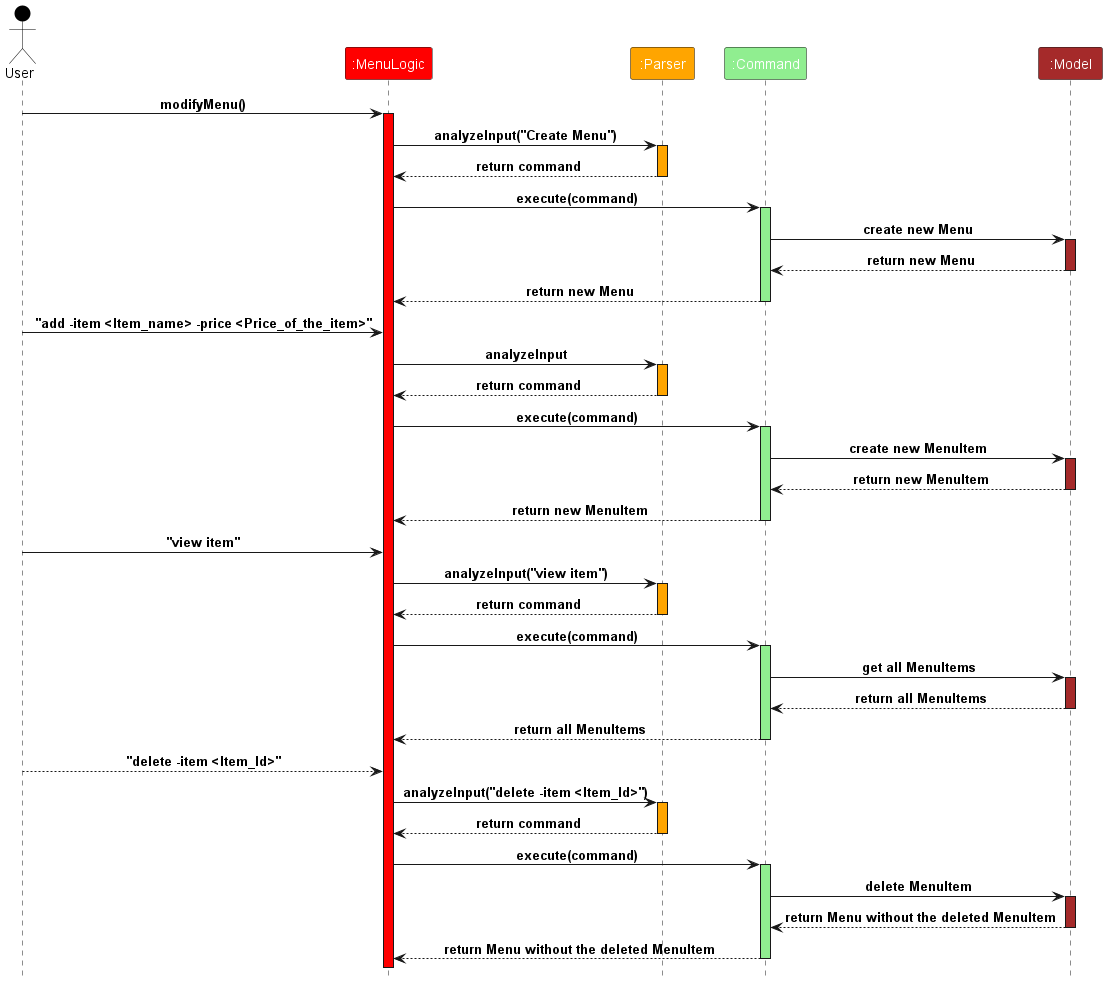
Before: docs/images/MenuLogicSequenceDiagram.png, a diagram exported from PlantUML (adamzzq/tp).
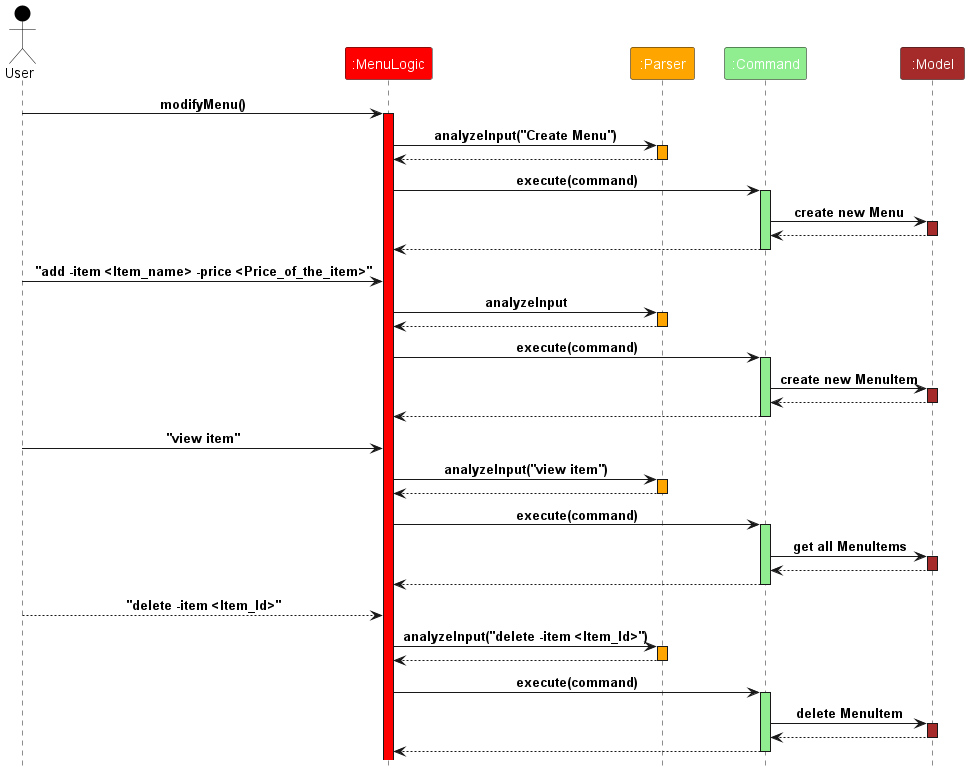
After the change.

The edit, as a diff of the source:
```diff
@@ -13,53 +13,53 @@
 activate subLogic SUB_LOGIC_COLOR
 subLogic -> parser : analyzeInput("Create Menu")
 activate parser PARSER_COLOR
-parser --> subLogic : return command
+parser --> subLogic
 deactivate parser
 subLogic -> command : execute(command)
 activate command COMMAND_COLOR
 command -> model : create new Menu
 activate model MODEL_COLOR
-model --> command : return new Menu
+model --> command
 deactivate model
-command --> subLogic : return new Menu
+command --> subLogic
 deactivate command
 user -> subLogic : "add -item <Item_name> -price <Price_of_the_item>"
 subLogic -> parser : analyzeInput
 activate parser PARSER_COLOR
-parser --> subLogic : return command
+parser --> subLogic
 deactivate parser
 subLogic -> command : execute(command)
 activate command COMMAND_COLOR
 command -> model : create new MenuItem
 activate model MODEL_COLOR
-model --> command : return new MenuItem
+model --> command
 deactivate model
-command --> subLogic : return new MenuItem
+command --> subLogic
 deactivate command
 user -> subLogic : "view item"
 subLogic -> parser : analyzeInput("view item")
 activate parser PARSER_COLOR
-parser --> subLogic : return command
+parser --> subLogic
 deactivate parser
 subLogic -> command : execute(command)
 activate command COMMAND_COLOR
 command -> model : get all MenuItems
 activate model MODEL_COLOR
-model --> command : return all MenuItems
+model --> command
 deactivate model
-command --> subLogic : return all MenuItems
+command --> subLogic
 deactivate command
 user --> subLogic : "delete -item <Item_Id>"
 subLogic -> parser : analyzeInput("delete -item <Item_Id>")
 activate parser PARSER_COLOR
-parser --> subLogic : return command
+parser --> subLogic
 deactivate parser
 subLogic -> command : execute(command)
 activate command COMMAND_COLOR
 command -> model : delete MenuItem
 activate model MODEL_COLOR
-model --> command : return Menu without the deleted MenuItem
+model --> command
 deactivate model
-command --> subLogic : return Menu without the deleted MenuItem
+command --> subLogic
 deactivate command
 @enduml
```
